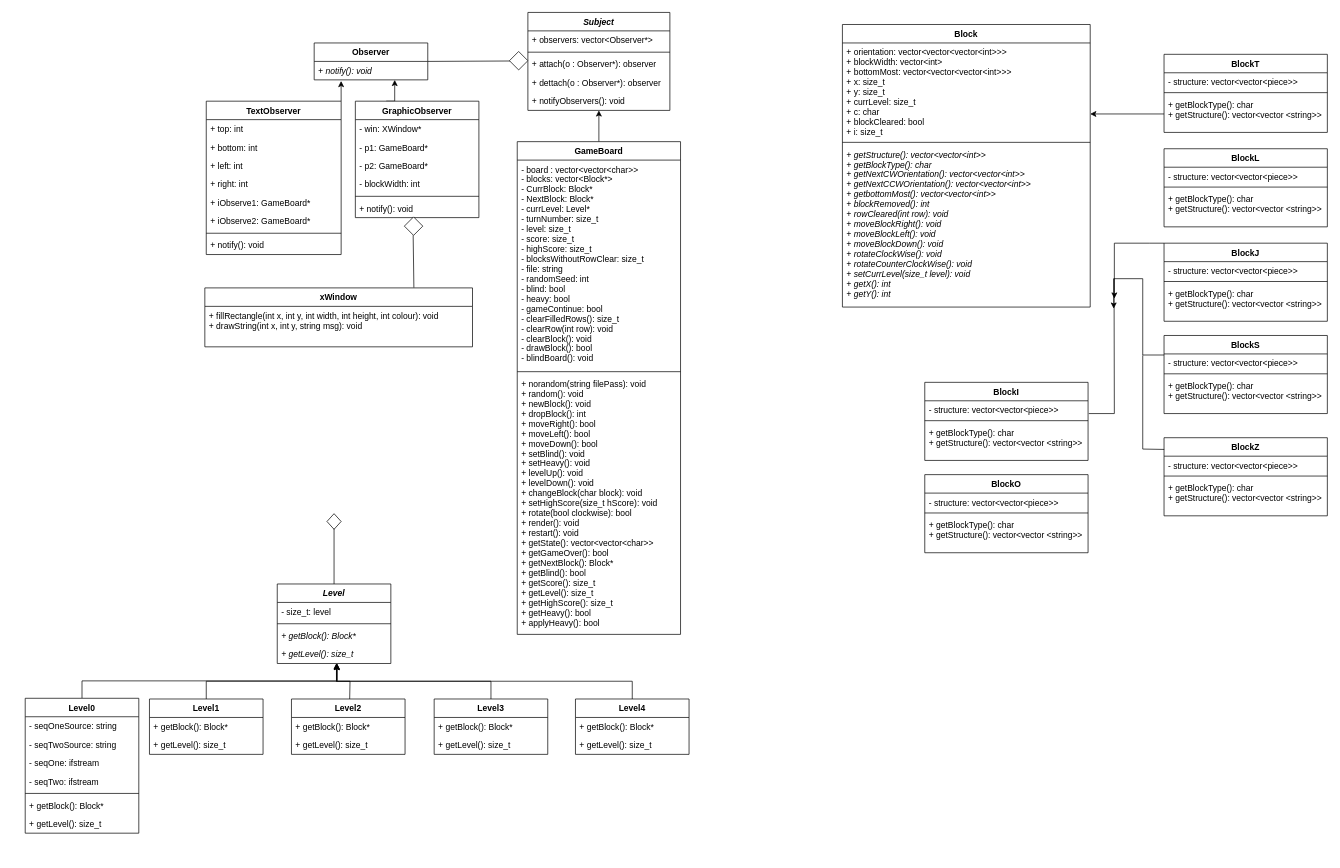
Earlier version of the draw.io diagram UML.drawio (velomafinsights/biquadris). Source tidied: cells renumbered, new cells numbered last; positions are measured from the earlier drawing's top-left corner, leaving out a move shared by most shapes. Both pictures are drawn from the tidied source at 71%, with x=0, y=0 at pixel (25, 12).
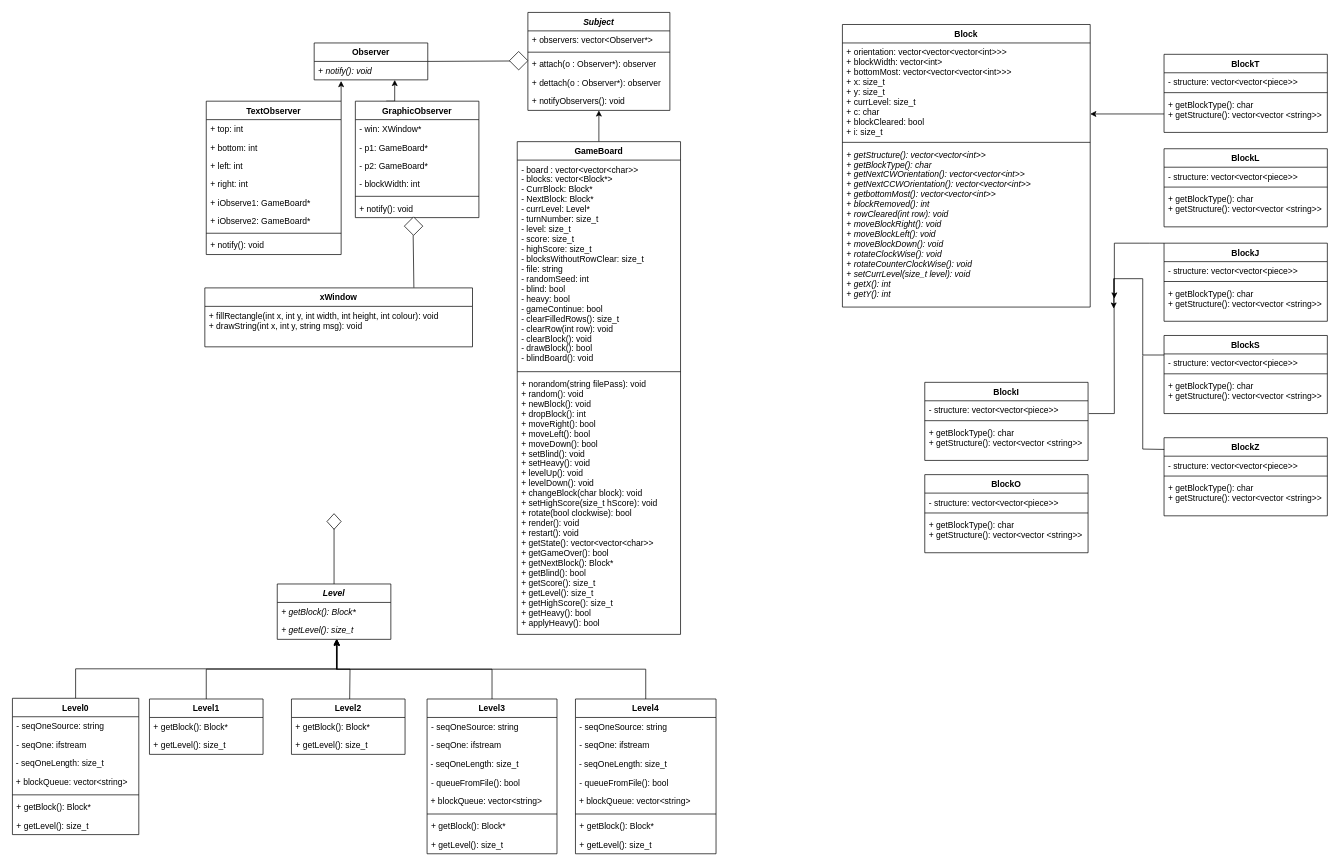
The same diagram, later.

Diff of the diagram source:
```diff
@@
     <mxCell id="37" value="Level0" style="swimlane;fontStyle=1;align=center;verticalAlign=top;horizontal=1;startSize=26;" parent="1" vertex="1">
-      <mxGeometry y="966" width="160" height="190" as="geometry" />
+      <mxGeometry x="-18" y="966" width="178" height="192" as="geometry" />
     </mxCell>
     <mxCell id="38" value="- seqOneSource: string" style="text;strokeColor=none;fillColor=none;align=left;verticalAlign=top;spacingLeft=4;spacingRight=4;overflow=hidden;" parent="37" vertex="1">
-      <mxGeometry y="26" width="160" height="26" as="geometry" />
+      <mxGeometry y="26" width="178" height="26" as="geometry" />
     </mxCell>
-    <mxCell id="39" value="- seqTwoSource: string" style="text;strokeColor=none;fillColor=none;align=left;verticalAlign=top;spacingLeft=4;spacingRight=4;overflow=hidden;" parent="37" vertex="1">
-      <mxGeometry y="52" width="160" height="26" as="geometry" />
-    </mxCell>
     <mxCell id="40" value="- seqOne: ifstream" style="text;strokeColor=none;fillColor=none;align=left;verticalAlign=top;spacingLeft=4;spacingRight=4;overflow=hidden;" parent="37" vertex="1">
-      <mxGeometry y="78" width="160" height="26" as="geometry" />
+      <mxGeometry y="52" width="178" height="26" as="geometry" />
     </mxCell>
-    <mxCell id="41" value="- seqTwo: ifstream" style="text;strokeColor=none;fillColor=none;align=left;verticalAlign=top;spacingLeft=4;spacingRight=4;overflow=hidden;" parent="37" vertex="1">
-      <mxGeometry y="104" width="160" height="26" as="geometry" />
-    </mxCell>
+    <mxCell id="111" value="&lt;span style=&quot;color: rgb(0, 0, 0); font-family: Helvetica; font-size: 12px; font-style: normal; font-variant-ligatures: normal; font-variant-caps: normal; font-weight: 400; letter-spacing: normal; orphans: 2; text-align: left; text-indent: 0px; text-transform: none; widows: 2; word-spacing: 0px; -webkit-text-stroke-width: 0px; background-color: rgb(255, 255, 255); text-decoration-thickness: initial; text-decoration-style: initial; text-decoration-color: initial; float: none; display: inline !important;&quot;&gt;&amp;nbsp;- seqOneLength: size_t&lt;/span&gt;" style="text;whiteSpace=wrap;html=1;" parent="37" vertex="1">
+      <mxGeometry y="78" width="178" height="27" as="geometry" />
+    </mxCell>
+    <mxCell id="112" value="&lt;span style=&quot;color: rgb(0, 0, 0); font-family: Helvetica; font-size: 12px; font-style: normal; font-variant-ligatures: normal; font-variant-caps: normal; font-weight: 400; letter-spacing: normal; orphans: 2; text-align: left; text-indent: 0px; text-transform: none; widows: 2; word-spacing: 0px; -webkit-text-stroke-width: 0px; background-color: rgb(255, 255, 255); text-decoration-thickness: initial; text-decoration-style: initial; text-decoration-color: initial; float: none; display: inline !important;&quot;&gt;&amp;nbsp;+ blockQueue: vector&amp;lt;string&amp;gt;&lt;/span&gt;" style="text;whiteSpace=wrap;html=1;" parent="37" vertex="1">
+      <mxGeometry y="105" width="178" height="27" as="geometry" />
+    </mxCell>
     <mxCell id="42" style="line;strokeWidth=1;fillColor=none;align=left;verticalAlign=middle;spacingTop=-1;spacingLeft=3;spacingRight=3;labelPosition=right;strokeColor=inherit;" parent="37" vertex="1">
-      <mxGeometry y="130" width="160" height="8" as="geometry" />
+      <mxGeometry y="132" width="178" height="8" as="geometry" />
     </mxCell>
     <mxCell id="43" value="+ getBlock(): Block*" style="text;strokeColor=none;fillColor=none;align=left;verticalAlign=top;spacingLeft=4;spacingRight=4;overflow=hidden;" parent="37" vertex="1">
-      <mxGeometry y="138" width="160" height="26" as="geometry" />
+      <mxGeometry y="140" width="178" height="26" as="geometry" />
     </mxCell>
     <mxCell id="44" value="+ getLevel(): size_t" style="text;strokeColor=none;fillColor=none;align=left;verticalAlign=top;spacingLeft=4;spacingRight=4;overflow=hidden;" parent="37" vertex="1">
-      <mxGeometry y="164" width="160" height="26" as="geometry" />
+      <mxGeometry y="166" width="178" height="26" as="geometry" />
     </mxCell>
@@
     <mxCell id="54" value="Level3" style="swimlane;fontStyle=1;align=center;verticalAlign=top;horizontal=1;startSize=26;" parent="1" vertex="1">
-      <mxGeometry x="576" y="967" width="160" height="78" as="geometry" />
+      <mxGeometry x="566" y="967" width="183" height="218" as="geometry" />
     </mxCell>
+    <mxCell id="113" value="- seqOneSource: string" style="text;strokeColor=none;fillColor=none;align=left;verticalAlign=top;spacingLeft=4;spacingRight=4;overflow=hidden;" parent="54" vertex="1">
+      <mxGeometry y="26" width="183" height="26" as="geometry" />
+    </mxCell>
+    <mxCell id="114" value="- seqOne: ifstream" style="text;strokeColor=none;fillColor=none;align=left;verticalAlign=top;spacingLeft=4;spacingRight=4;overflow=hidden;" parent="54" vertex="1">
+      <mxGeometry y="52" width="183" height="26" as="geometry" />
+    </mxCell>
+    <mxCell id="115" value="&lt;span style=&quot;color: rgb(0, 0, 0); font-family: Helvetica; font-size: 12px; font-style: normal; font-variant-ligatures: normal; font-variant-caps: normal; font-weight: 400; letter-spacing: normal; orphans: 2; text-align: left; text-indent: 0px; text-transform: none; widows: 2; word-spacing: 0px; -webkit-text-stroke-width: 0px; background-color: rgb(255, 255, 255); text-decoration-thickness: initial; text-decoration-style: initial; text-decoration-color: initial; float: none; display: inline !important;&quot;&gt;&amp;nbsp;- seqOneLength: size_t&lt;/span&gt;" style="text;whiteSpace=wrap;html=1;" parent="54" vertex="1">
+      <mxGeometry y="78" width="183" height="27" as="geometry" />
+    </mxCell>
+    <mxCell id="116" value="- queueFromFile(): bool" style="text;strokeColor=none;fillColor=none;align=left;verticalAlign=top;spacingLeft=4;spacingRight=4;overflow=hidden;" parent="54" vertex="1">
+      <mxGeometry y="105" width="183" height="26" as="geometry" />
+    </mxCell>
+    <mxCell id="117" value="&lt;span style=&quot;color: rgb(0, 0, 0); font-family: Helvetica; font-size: 12px; font-style: normal; font-variant-ligatures: normal; font-variant-caps: normal; font-weight: 400; letter-spacing: normal; orphans: 2; text-align: left; text-indent: 0px; text-transform: none; widows: 2; word-spacing: 0px; -webkit-text-stroke-width: 0px; background-color: rgb(255, 255, 255); text-decoration-thickness: initial; text-decoration-style: initial; text-decoration-color: initial; float: none; display: inline !important;&quot;&gt;&amp;nbsp;+ blockQueue: vector&amp;lt;string&amp;gt;&lt;/span&gt;" style="text;whiteSpace=wrap;html=1;" parent="54" vertex="1">
+      <mxGeometry y="131" width="183" height="27" as="geometry" />
+    </mxCell>
+    <mxCell id="118" style="line;strokeWidth=1;fillColor=none;align=left;verticalAlign=middle;spacingTop=-1;spacingLeft=3;spacingRight=3;labelPosition=right;strokeColor=inherit;" parent="54" vertex="1">
+      <mxGeometry y="158" width="183" height="8" as="geometry" />
+    </mxCell>
     <mxCell id="55" value="+ getBlock(): Block*" style="text;strokeColor=none;fillColor=none;align=left;verticalAlign=top;spacingLeft=4;spacingRight=4;overflow=hidden;" parent="54" vertex="1">
-      <mxGeometry y="26" width="160" height="26" as="geometry" />
+      <mxGeometry y="166" width="183" height="26" as="geometry" />
     </mxCell>
     <mxCell id="56" value="+ getLevel(): size_t" style="text;strokeColor=none;fillColor=none;align=left;verticalAlign=top;spacingLeft=4;spacingRight=4;overflow=hidden;" parent="54" vertex="1">
-      <mxGeometry y="52" width="160" height="26" as="geometry" />
+      <mxGeometry y="192" width="183" height="26" as="geometry" />
     </mxCell>
@@
     <mxCell id="58" value="Level4" style="swimlane;fontStyle=1;align=center;verticalAlign=top;horizontal=1;startSize=26;" parent="1" vertex="1">
-      <mxGeometry x="775" y="967" width="160" height="78" as="geometry" />
+      <mxGeometry x="775" y="967" width="198" height="218" as="geometry" />
     </mxCell>
+    <mxCell id="119" value="- seqOneSource: string" style="text;strokeColor=none;fillColor=none;align=left;verticalAlign=top;spacingLeft=4;spacingRight=4;overflow=hidden;" parent="58" vertex="1">
+      <mxGeometry y="26" width="198" height="26" as="geometry" />
+    </mxCell>
+    <mxCell id="120" value="- seqOne: ifstream" style="text;strokeColor=none;fillColor=none;align=left;verticalAlign=top;spacingLeft=4;spacingRight=4;overflow=hidden;" parent="58" vertex="1">
+      <mxGeometry y="52" width="198" height="26" as="geometry" />
+    </mxCell>
+    <mxCell id="121" value="&lt;span style=&quot;color: rgb(0, 0, 0); font-family: Helvetica; font-size: 12px; font-style: normal; font-variant-ligatures: normal; font-variant-caps: normal; font-weight: 400; letter-spacing: normal; orphans: 2; text-align: left; text-indent: 0px; text-transform: none; widows: 2; word-spacing: 0px; -webkit-text-stroke-width: 0px; background-color: rgb(255, 255, 255); text-decoration-thickness: initial; text-decoration-style: initial; text-decoration-color: initial; float: none; display: inline !important;&quot;&gt;&amp;nbsp;- seqOneLength: size_t&lt;/span&gt;" style="text;whiteSpace=wrap;html=1;" parent="58" vertex="1">
+      <mxGeometry y="78" width="198" height="27" as="geometry" />
+    </mxCell>
+    <mxCell id="122" value="- queueFromFile(): bool" style="text;strokeColor=none;fillColor=none;align=left;verticalAlign=top;spacingLeft=4;spacingRight=4;overflow=hidden;" parent="58" vertex="1">
+      <mxGeometry y="105" width="198" height="26" as="geometry" />
+    </mxCell>
+    <mxCell id="123" value="&lt;span style=&quot;color: rgb(0, 0, 0); font-family: Helvetica; font-size: 12px; font-style: normal; font-variant-ligatures: normal; font-variant-caps: normal; font-weight: 400; letter-spacing: normal; orphans: 2; text-align: left; text-indent: 0px; text-transform: none; widows: 2; word-spacing: 0px; -webkit-text-stroke-width: 0px; background-color: rgb(255, 255, 255); text-decoration-thickness: initial; text-decoration-style: initial; text-decoration-color: initial; float: none; display: inline !important;&quot;&gt;&amp;nbsp;+ blockQueue: vector&amp;lt;string&amp;gt;&lt;/span&gt;" style="text;whiteSpace=wrap;html=1;" parent="58" vertex="1">
+      <mxGeometry y="131" width="198" height="27" as="geometry" />
+    </mxCell>
+    <mxCell id="124" style="line;strokeWidth=1;fillColor=none;align=left;verticalAlign=middle;spacingTop=-1;spacingLeft=3;spacingRight=3;labelPosition=right;strokeColor=inherit;" parent="58" vertex="1">
+      <mxGeometry y="158" width="198" height="8" as="geometry" />
+    </mxCell>
     <mxCell id="59" value="+ getBlock(): Block*" style="text;strokeColor=none;fillColor=none;align=left;verticalAlign=top;spacingLeft=4;spacingRight=4;overflow=hidden;" parent="58" vertex="1">
-      <mxGeometry y="26" width="160" height="26" as="geometry" />
+      <mxGeometry y="166" width="198" height="26" as="geometry" />
     </mxCell>
     <mxCell id="60" value="+ getLevel(): size_t" style="text;strokeColor=none;fillColor=none;align=left;verticalAlign=top;spacingLeft=4;spacingRight=4;overflow=hidden;" parent="58" vertex="1">
-      <mxGeometry y="52" width="160" height="26" as="geometry" />
+      <mxGeometry y="192" width="198" height="26" as="geometry" />
     </mxCell>
@@
     <mxCell id="62" value="Level" style="swimlane;fontStyle=3;align=center;verticalAlign=top;horizontal=1;startSize=26;" parent="1" vertex="1">
-      <mxGeometry x="355" y="805" width="160" height="112" as="geometry" />
+      <mxGeometry x="355" y="805" width="160" height="78" as="geometry" />
     </mxCell>
-    <mxCell id="63" value="- size_t: level" style="text;strokeColor=none;fillColor=none;align=left;verticalAlign=top;spacingLeft=4;spacingRight=4;overflow=hidden;" parent="62" vertex="1">
-      <mxGeometry y="26" width="160" height="26" as="geometry" />
-    </mxCell>
-    <mxCell id="64" style="line;strokeWidth=1;fillColor=none;align=left;verticalAlign=middle;spacingTop=-1;spacingLeft=3;spacingRight=3;labelPosition=right;strokeColor=inherit;" parent="62" vertex="1">
-      <mxGeometry y="52" width="160" height="8" as="geometry" />
-    </mxCell>
     <mxCell id="65" value="+ getBlock(): Block*" style="text;strokeColor=none;fillColor=none;align=left;verticalAlign=top;spacingLeft=4;spacingRight=4;overflow=hidden;fontStyle=2;" parent="62" vertex="1">
-      <mxGeometry y="60" width="160" height="26" as="geometry" />
+      <mxGeometry y="26" width="160" height="26" as="geometry" />
     </mxCell>
     <mxCell id="66" value="+ getLevel(): size_t" style="text;strokeColor=none;fillColor=none;align=left;verticalAlign=top;spacingLeft=4;spacingRight=4;overflow=hidden;points=[[0,0.5],[1,0.5]];portConstraint=eastwest;fontStyle=2;" parent="62" vertex="1">
-      <mxGeometry y="86" width="160" height="26" as="geometry" />
+      <mxGeometry y="52" width="160" height="26" as="geometry" />
     </mxCell>
```
